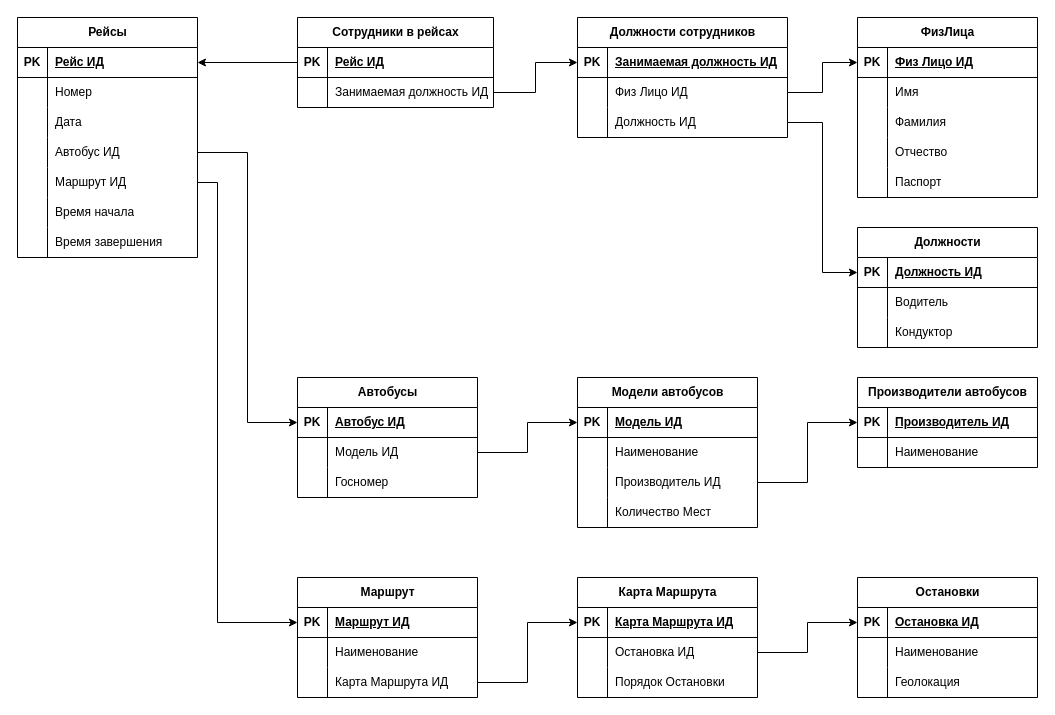
The draw.io diagram seminar1_homework_transport.drawio in kraftonius/gb_intro_db, before the edit. Source tidied: cells renumbered, new cells numbered last; positions are measured from the earlier drawing's top-left corner, leaving out a move shared by most shapes. Both pictures are drawn from the tidied source at 100%, with x=0, y=0 at pixel (17, 17).
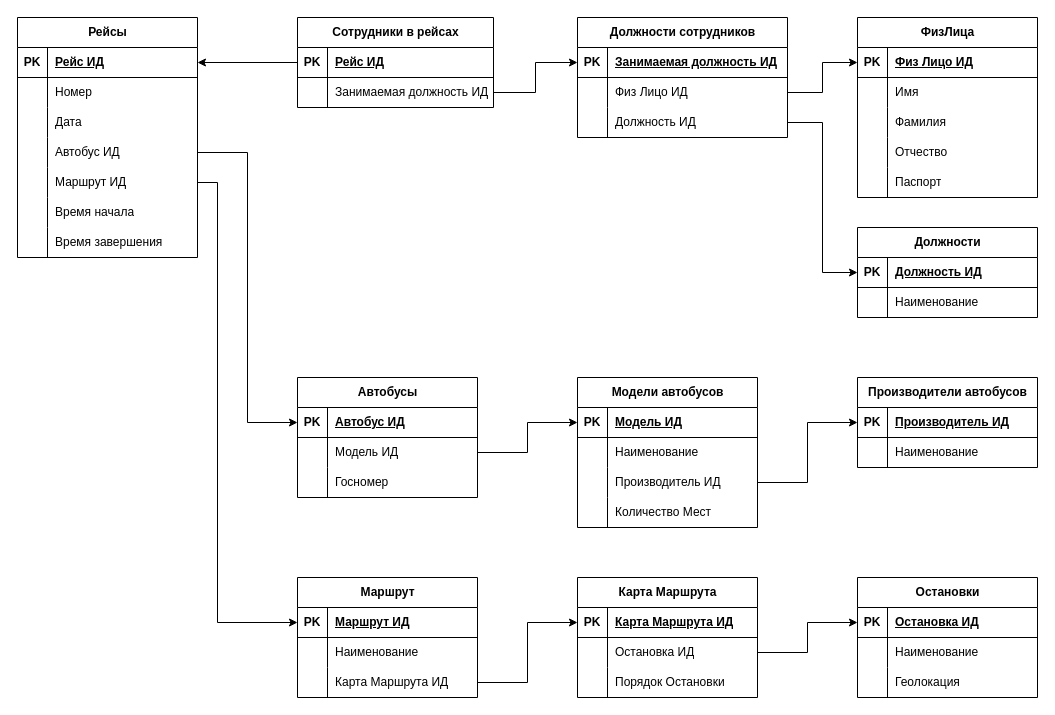
After the change.

Commit message (it also covers changes not shown here):
fix seminar1_homework

Unchanged cells that the change refers to:
```xml
<mxCell id="22" style="shape=tableRow;horizontal=0;startSize=0;swimlaneHead=0;swimlaneBody=0;fillColor=none;top=0;left=0;right=0;bottom=0;" parent="18" vertex="1">
  <mxGeometry y="60" width="180" height="30" as="geometry" />
</mxCell>
```

What changed in the source:
```diff
@@
     <mxCell id="18" value="Должности" style="shape=table;startSize=30;childLayout=tableLayout;rowLines=0;fontStyle=1;align=center;html=1;" parent="1" vertex="1">
-      <mxGeometry x="840" y="210" width="180" height="120" as="geometry" />
+      <mxGeometry x="840" y="210" width="180" height="90" as="geometry" />
     </mxCell>
@@
-    <mxCell id="24" value="Водитель" style="shape=partialRectangle;fillColor=none;top=0;left=0;bottom=0;right=0;align=left;spacingLeft=6;overflow=hidden;whiteSpace=wrap;html=1;" parent="22" vertex="1">
+    <mxCell id="24" value="Наименование" style="shape=partialRectangle;fillColor=none;top=0;left=0;bottom=0;right=0;align=left;spacingLeft=6;overflow=hidden;whiteSpace=wrap;html=1;" parent="22" vertex="1">
       <mxGeometry x="30" width="150" height="30" as="geometry" />
     </mxCell>
-    <mxCell id="25" style="shape=tableRow;horizontal=0;startSize=0;swimlaneHead=0;swimlaneBody=0;fillColor=none;top=0;left=0;right=0;bottom=0;" parent="18" vertex="1">
-      <mxGeometry y="90" width="180" height="30" as="geometry" />
-    </mxCell>
-    <mxCell id="26" style="shape=partialRectangle;fillColor=none;top=0;left=0;bottom=0;right=0;overflow=hidden;whiteSpace=wrap;html=1;" parent="25" vertex="1">
-      <mxGeometry width="30" height="30" as="geometry" />
-    </mxCell>
-    <mxCell id="27" value="Кондуктор" style="shape=partialRectangle;fillColor=none;top=0;left=0;bottom=0;right=0;align=left;spacingLeft=6;overflow=hidden;whiteSpace=wrap;html=1;" parent="25" vertex="1">
-      <mxGeometry x="30" width="150" height="30" as="geometry" />
-    </mxCell>
```
